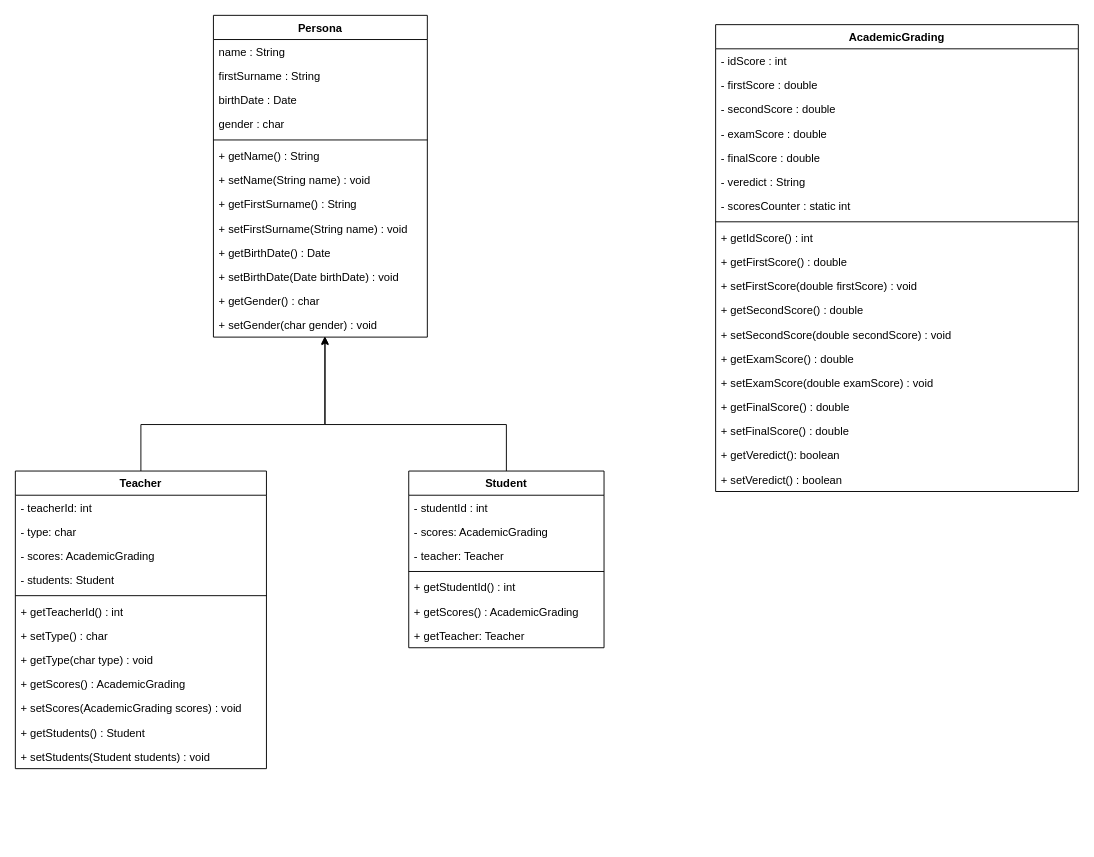
Earlier version of the draw.io diagram Fundamentos/AcademicGrading/src/co/com/mprd/domain/AcademicGrading.drawio (Maria-RD/Udemy-JavaCourse). Source tidied: cells renumbered, new cells numbered last; positions are measured from the earlier drawing's top-left corner, leaving out a move shared by most shapes. Both pictures are drawn from the tidied source at 93%, with x=0, y=0 at pixel (15, 15).
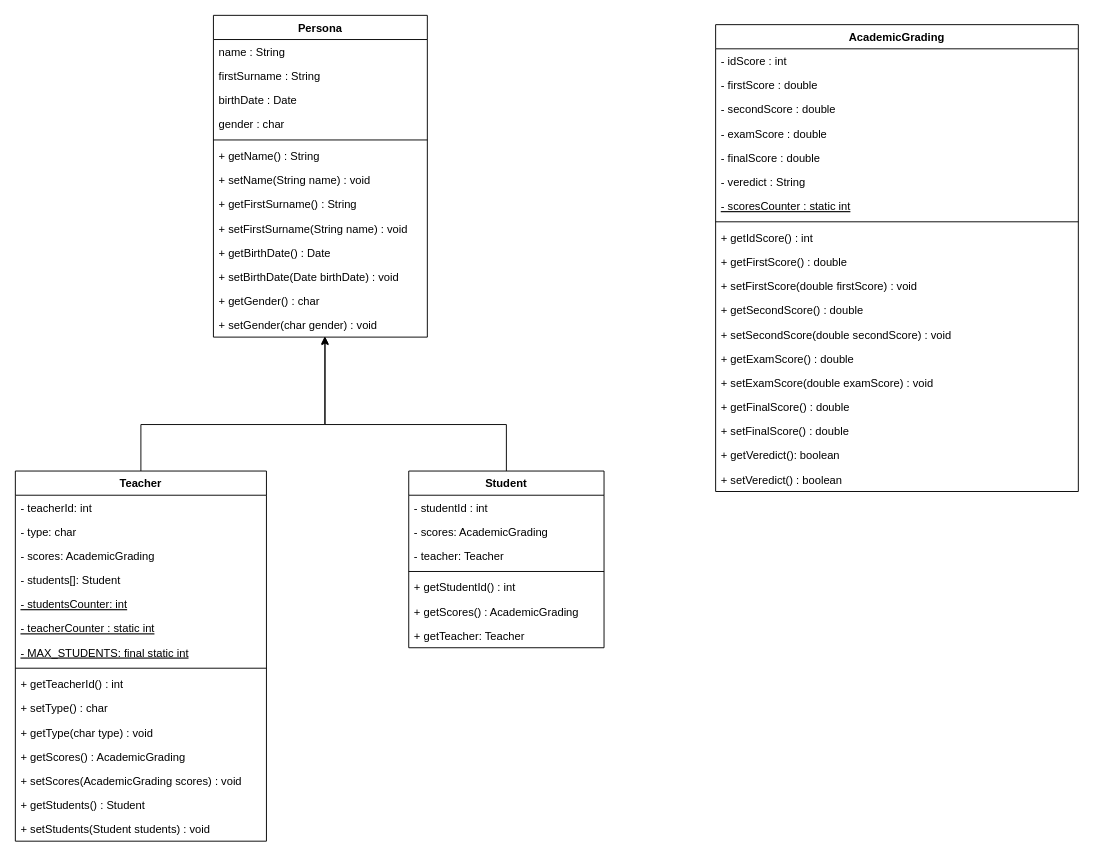
Above is the later version.

Commit message (it also covers changes not shown here):
fix: add array sintax to store Student objects

The change refers to these unchanged cells:
```xml
<mxCell id="2" value="AcademicGrading" style="swimlane;fontStyle=1;align=center;verticalAlign=top;horizontal=1;startSize=26;" parent="1" vertex="1">
  <mxGeometry x="753" y="10" width="390" height="502" as="geometry" />
</mxCell>
```

Change to the diagram source:
```diff
@@
-    <mxCell id="9" value="- scoresCounter : static int" style="text;strokeColor=none;fillColor=none;align=left;verticalAlign=top;spacingLeft=4;spacingRight=4;overflow=hidden;" parent="2" vertex="1">
+    <mxCell id="9" value="- scoresCounter : static int" style="text;strokeColor=none;fillColor=none;align=left;verticalAlign=top;spacingLeft=4;spacingRight=4;overflow=hidden;fontStyle=4;" parent="2" vertex="1">
       <mxGeometry y="182" width="390" height="26" as="geometry" />
     </mxCell>
@@
     <mxCell id="37" value="Teacher" style="swimlane;fontStyle=1;align=center;verticalAlign=top;horizontal=1;startSize=26;" parent="1" vertex="1">
-      <mxGeometry y="490" width="270" height="320" as="geometry" />
+      <mxGeometry y="490" width="270" height="398" as="geometry" />
     </mxCell>
@@
+    <mxCell id="59" value="- students[]: Student" style="text;strokeColor=none;fillColor=none;align=left;verticalAlign=top;spacingLeft=4;spacingRight=4;overflow=hidden;" parent="37" vertex="1">
+      <mxGeometry y="104" width="270" height="26" as="geometry" />
+    </mxCell>
-    <mxCell id="41" value="- students: Student" style="text;strokeColor=none;fillColor=none;align=left;verticalAlign=top;spacingLeft=4;spacingRight=4;overflow=hidden;" parent="37" vertex="1">
-      <mxGeometry y="104" width="270" height="26" as="geometry" />
+    <mxCell id="41" value="- studentsCounter: int" style="text;strokeColor=none;fillColor=none;align=left;verticalAlign=top;spacingLeft=4;spacingRight=4;overflow=hidden;fontStyle=4;" parent="37" vertex="1">
+      <mxGeometry y="130" width="270" height="26" as="geometry" />
     </mxCell>
+    <mxCell id="60" value="- teacherCounter : static int" style="text;strokeColor=none;fillColor=none;align=left;verticalAlign=top;spacingLeft=4;spacingRight=4;overflow=hidden;fontStyle=4;" parent="37" vertex="1">
+      <mxGeometry y="156" width="270" height="26" as="geometry" />
+    </mxCell>
+    <mxCell id="61" value="- MAX_STUDENTS: final static int" style="text;strokeColor=none;fillColor=none;align=left;verticalAlign=top;spacingLeft=4;spacingRight=4;overflow=hidden;fontStyle=4;" parent="37" vertex="1">
+      <mxGeometry y="182" width="270" height="26" as="geometry" />
+    </mxCell>
     <mxCell id="42" style="line;strokeWidth=1;fillColor=none;align=left;verticalAlign=middle;spacingTop=-1;spacingLeft=3;spacingRight=3;labelPosition=right;" parent="37" vertex="1">
-      <mxGeometry y="130" width="270" height="8" as="geometry" />
+      <mxGeometry y="208" width="270" height="8" as="geometry" />
     </mxCell>
     <mxCell id="43" value="+ getTeacherId() : int" style="text;strokeColor=none;fillColor=none;align=left;verticalAlign=top;spacingLeft=4;spacingRight=4;overflow=hidden;" parent="37" vertex="1">
-      <mxGeometry y="138" width="270" height="26" as="geometry" />
+      <mxGeometry y="216" width="270" height="26" as="geometry" />
     </mxCell>
     <mxCell id="44" value="+ setType() : char" style="text;strokeColor=none;fillColor=none;align=left;verticalAlign=top;spacingLeft=4;spacingRight=4;overflow=hidden;" parent="37" vertex="1">
-      <mxGeometry y="164" width="270" height="26" as="geometry" />
+      <mxGeometry y="242" width="270" height="26" as="geometry" />
     </mxCell>
     <mxCell id="45" value="+ getType(char type) : void" style="text;strokeColor=none;fillColor=none;align=left;verticalAlign=top;spacingLeft=4;spacingRight=4;overflow=hidden;" parent="37" vertex="1">
-      <mxGeometry y="190" width="270" height="26" as="geometry" />
+      <mxGeometry y="268" width="270" height="26" as="geometry" />
     </mxCell>
     <mxCell id="46" value="+ getScores() : AcademicGrading" style="text;strokeColor=none;fillColor=none;align=left;verticalAlign=top;spacingLeft=4;spacingRight=4;overflow=hidden;" parent="37" vertex="1">
-      <mxGeometry y="216" width="270" height="26" as="geometry" />
+      <mxGeometry y="294" width="270" height="26" as="geometry" />
     </mxCell>
     <mxCell id="47" value="+ setScores(AcademicGrading scores) : void" style="text;strokeColor=none;fillColor=none;align=left;verticalAlign=top;spacingLeft=4;spacingRight=4;overflow=hidden;" parent="37" vertex="1">
-      <mxGeometry y="242" width="270" height="26" as="geometry" />
+      <mxGeometry y="320" width="270" height="26" as="geometry" />
     </mxCell>
     <mxCell id="48" value="+ getStudents() : Student" style="text;strokeColor=none;fillColor=none;align=left;verticalAlign=top;spacingLeft=4;spacingRight=4;overflow=hidden;" parent="37" vertex="1">
-      <mxGeometry y="268" width="270" height="26" as="geometry" />
+      <mxGeometry y="346" width="270" height="26" as="geometry" />
     </mxCell>
     <mxCell id="49" value="+ setStudents(Student students) : void" style="text;strokeColor=none;fillColor=none;align=left;verticalAlign=top;spacingLeft=4;spacingRight=4;overflow=hidden;" parent="37" vertex="1">
-      <mxGeometry y="294" width="270" height="26" as="geometry" />
+      <mxGeometry y="372" width="270" height="26" as="geometry" />
     </mxCell>
```
